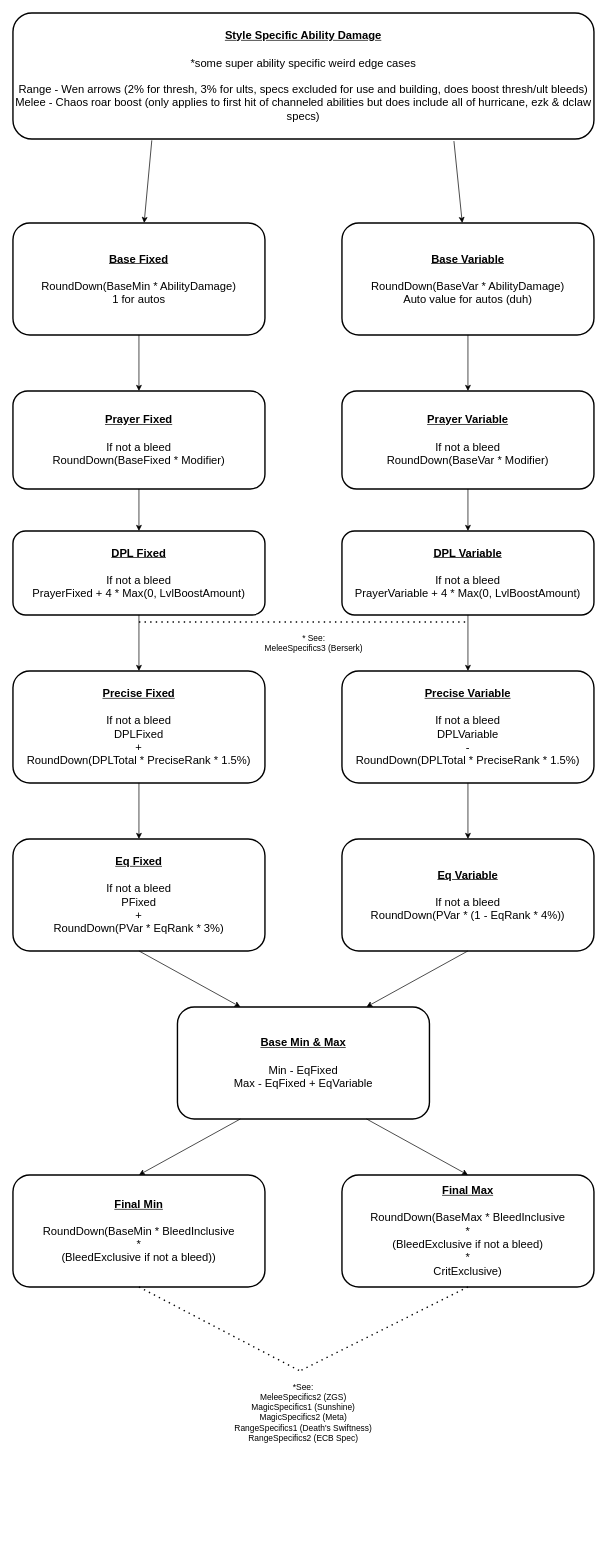
Earlier version of the draw.io diagram page "DamageCalcFlow" (3 of 7) of RS3BossingLogDiagrams/AbilityTab/AbililtyFlowDiagrams.drawio (Xau-Tech/RuneScapeBossLogTool). Source tidied: cells renumbered, new cells numbered last; positions are measured from the earlier drawing's top-left corner, leaving out a move shared by most shapes. Both pictures are drawn from the tidied source at 70%, with x=0, y=0 at pixel (13, 13).
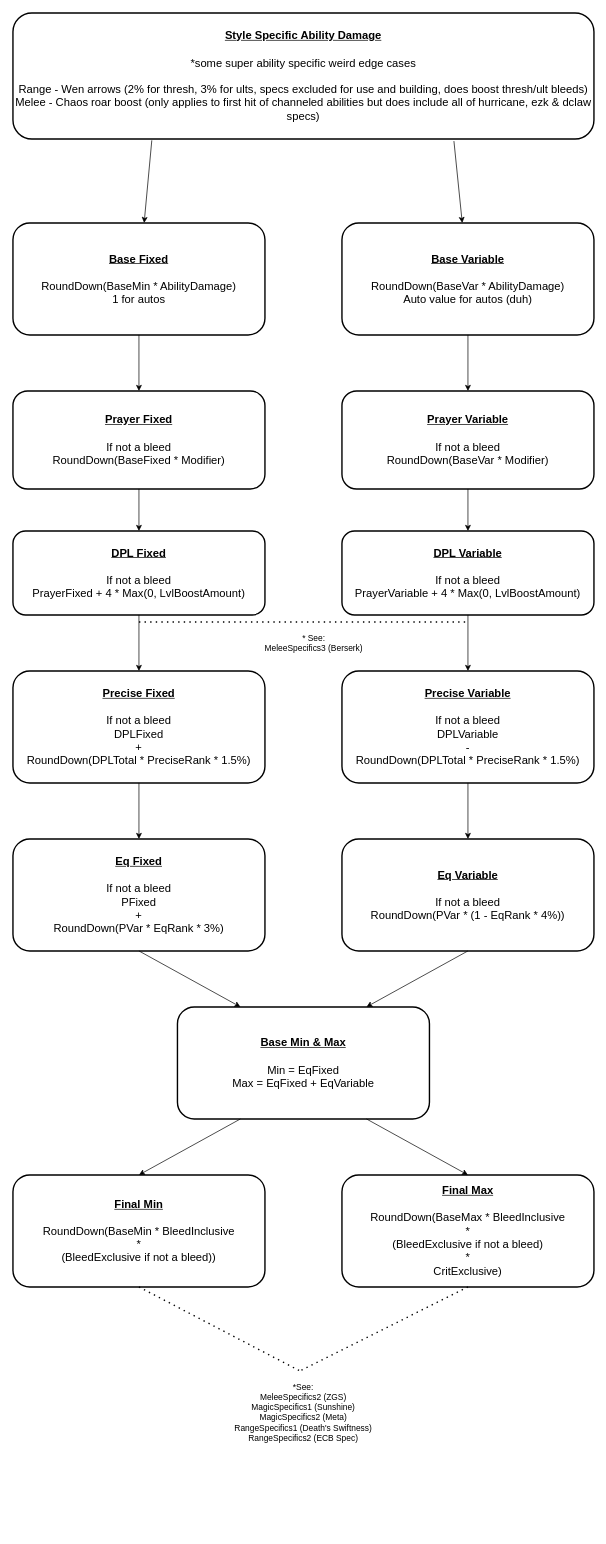
The same diagram, later.

Diff of the diagram source:
```diff
@@
-    <mxCell id="23" value="&lt;u style=&quot;font-weight: bold;&quot;&gt;Base Min &amp;amp; Max&lt;/u&gt;&lt;br&gt;&lt;br&gt;Min - EqFixed&lt;br&gt;Max - EqFixed + EqVariable" style="text;html=1;strokeColor=default;fillColor=none;align=center;verticalAlign=middle;whiteSpace=wrap;rounded=1;strokeWidth=2;glass=0;fontSize=16;" parent="1" vertex="1">
+    <mxCell id="23" value="&lt;u style=&quot;font-weight: bold;&quot;&gt;Base Min &amp;amp; Max&lt;/u&gt;&lt;br&gt;&lt;br&gt;Min = EqFixed&lt;br&gt;Max = EqFixed + EqVariable" style="text;html=1;strokeColor=default;fillColor=none;align=center;verticalAlign=middle;whiteSpace=wrap;rounded=1;strokeWidth=2;glass=0;fontSize=16;" parent="1" vertex="1">
       <mxGeometry x="235" y="1420" width="360" height="160" as="geometry" />
     </mxCell>
```
